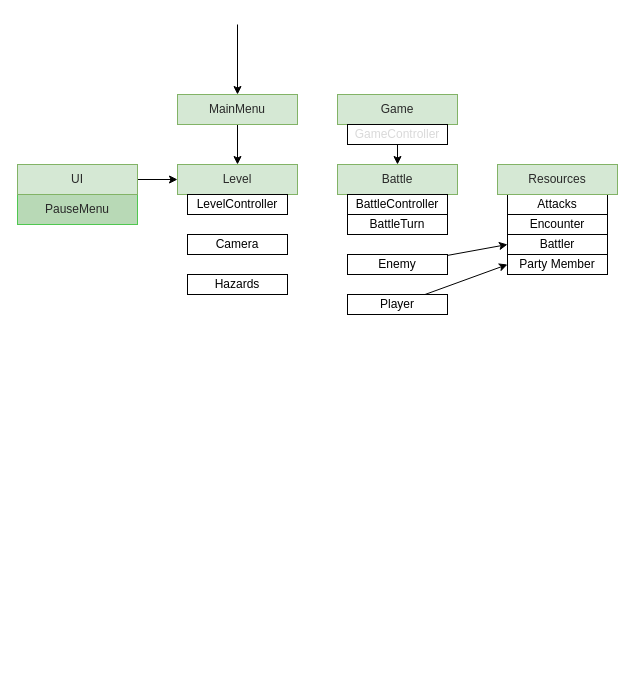
ByCubed7sLaptop/ProjectHeyPhayGame keeps this draw.io diagram as page "General Overview" (1 of 3) of Docs/Diagram.drawio. Above is the earlier version. Source tidied: cells renumbered, new cells numbered last; positions are measured from the earlier drawing's top-left corner, leaving out a move shared by most shapes. Both pictures are drawn from the tidied source at 100%, with x=0, y=0 at pixel (17, 24).
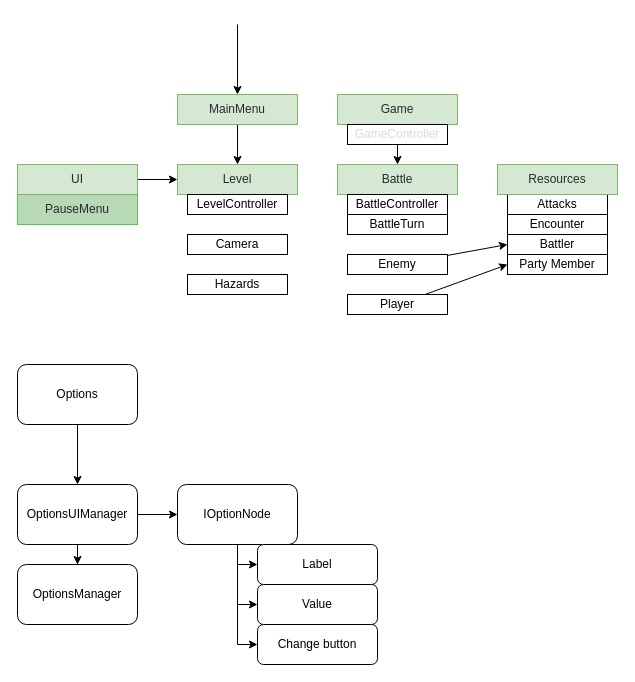
After the change.

Commit message (it also covers changes not shown here):
Drew Nel and others

Change to the diagram source:
```diff
@@
+    <mxCell id="27" style="edgeStyle=orthogonalEdgeStyle;rounded=0;jettySize=auto;html=1;" parent="1" edge="1" source="28" target="31">
+      <mxGeometry relative="1" as="geometry" />
+    </mxCell>
+    <mxCell id="28" value="Options" style="rounded=1;whiteSpace=wrap;html=1;" parent="1" vertex="1">
+      <mxGeometry y="340" width="120" height="60" as="geometry" />
+    </mxCell>
+    <mxCell id="29" style="edgeStyle=orthogonalEdgeStyle;rounded=0;jettySize=auto;html=1;entryX=0.5;entryY=0;entryDx=0;entryDy=0;" parent="1" edge="1" source="31" target="32">
+      <mxGeometry relative="1" as="geometry" />
+    </mxCell>
+    <mxCell id="30" style="edgeStyle=orthogonalEdgeStyle;rounded=0;jettySize=auto;html=1;" parent="1" edge="1" source="31" target="36">
+      <mxGeometry relative="1" as="geometry" />
+    </mxCell>
+    <mxCell id="31" value="OptionsUIManager" style="rounded=1;whiteSpace=wrap;html=1;" parent="1" vertex="1">
+      <mxGeometry y="460" width="120" height="60" as="geometry" />
+    </mxCell>
+    <mxCell id="32" value="OptionsManager" style="rounded=1;whiteSpace=wrap;html=1;" parent="1" vertex="1">
+      <mxGeometry y="540" width="120" height="60" as="geometry" />
+    </mxCell>
+    <mxCell id="33" style="edgeStyle=orthogonalEdgeStyle;rounded=0;jettySize=auto;html=1;entryX=0;entryY=0.5;entryDx=0;entryDy=0;" parent="1" edge="1" source="36" target="37">
+      <mxGeometry relative="1" as="geometry" />
+    </mxCell>
+    <mxCell id="34" style="edgeStyle=orthogonalEdgeStyle;rounded=0;jettySize=auto;html=1;entryX=0;entryY=0.5;entryDx=0;entryDy=0;" parent="1" edge="1" source="36" target="38">
+      <mxGeometry relative="1" as="geometry" />
+    </mxCell>
+    <mxCell id="35" style="edgeStyle=orthogonalEdgeStyle;rounded=0;jettySize=auto;html=1;entryX=0;entryY=0.5;entryDx=0;entryDy=0;" parent="1" edge="1" source="36" target="39">
+      <mxGeometry relative="1" as="geometry" />
+    </mxCell>
+    <mxCell id="36" value="IOptionNode" style="rounded=1;whiteSpace=wrap;html=1;" parent="1" vertex="1">
+      <mxGeometry x="160" y="460" width="120" height="60" as="geometry" />
+    </mxCell>
+    <mxCell id="37" value="Label" style="rounded=1;whiteSpace=wrap;html=1;" parent="1" vertex="1">
+      <mxGeometry x="240" y="520" width="120" height="40" as="geometry" />
+    </mxCell>
+    <mxCell id="38" value="Value" style="rounded=1;whiteSpace=wrap;html=1;" parent="1" vertex="1">
+      <mxGeometry x="240" y="560" width="120" height="40" as="geometry" />
+    </mxCell>
+    <mxCell id="39" value="Change button" style="rounded=1;whiteSpace=wrap;html=1;" parent="1" vertex="1">
+      <mxGeometry x="240" y="600" width="120" height="40" as="geometry" />
+    </mxCell>
```
